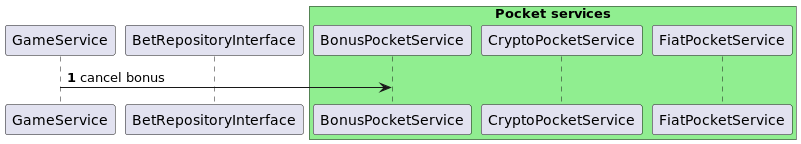
SukachVitally/test_game_pocket keeps this PlantUML diagram as docs/images/CancelBonusSequenceDiagram.png. Above is the earlier version. Source of this version:
```plantuml
@startuml

autonumber
participant GameService as gs
participant BetRepositoryInterface
box "Pocket services" #LightGreen
    participant BonusPocketService
    participant CryptoPocketService
    participant FiatPocketService
end box

gs -> BonusPocketService: cancel bonus

@enduml
```
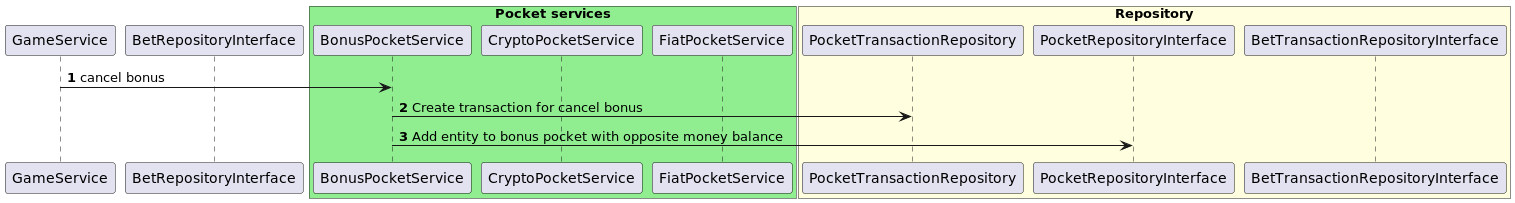
After the change.

The edit, as a diff of the source:
```diff
@@ -9,6 +9,14 @@
     participant FiatPocketService
 end box
 
+box "Repository" #LightYellow
+    participant PocketTransactionRepository
+    participant PocketRepositoryInterface
+    participant BetTransactionRepositoryInterface
+end box
+
 gs -> BonusPocketService: cancel bonus
+BonusPocketService -> PocketTransactionRepository: Create transaction for cancel bonus
+BonusPocketService -> PocketRepositoryInterface: Add entity to bonus pocket with opposite money balance
 
 @enduml
```
